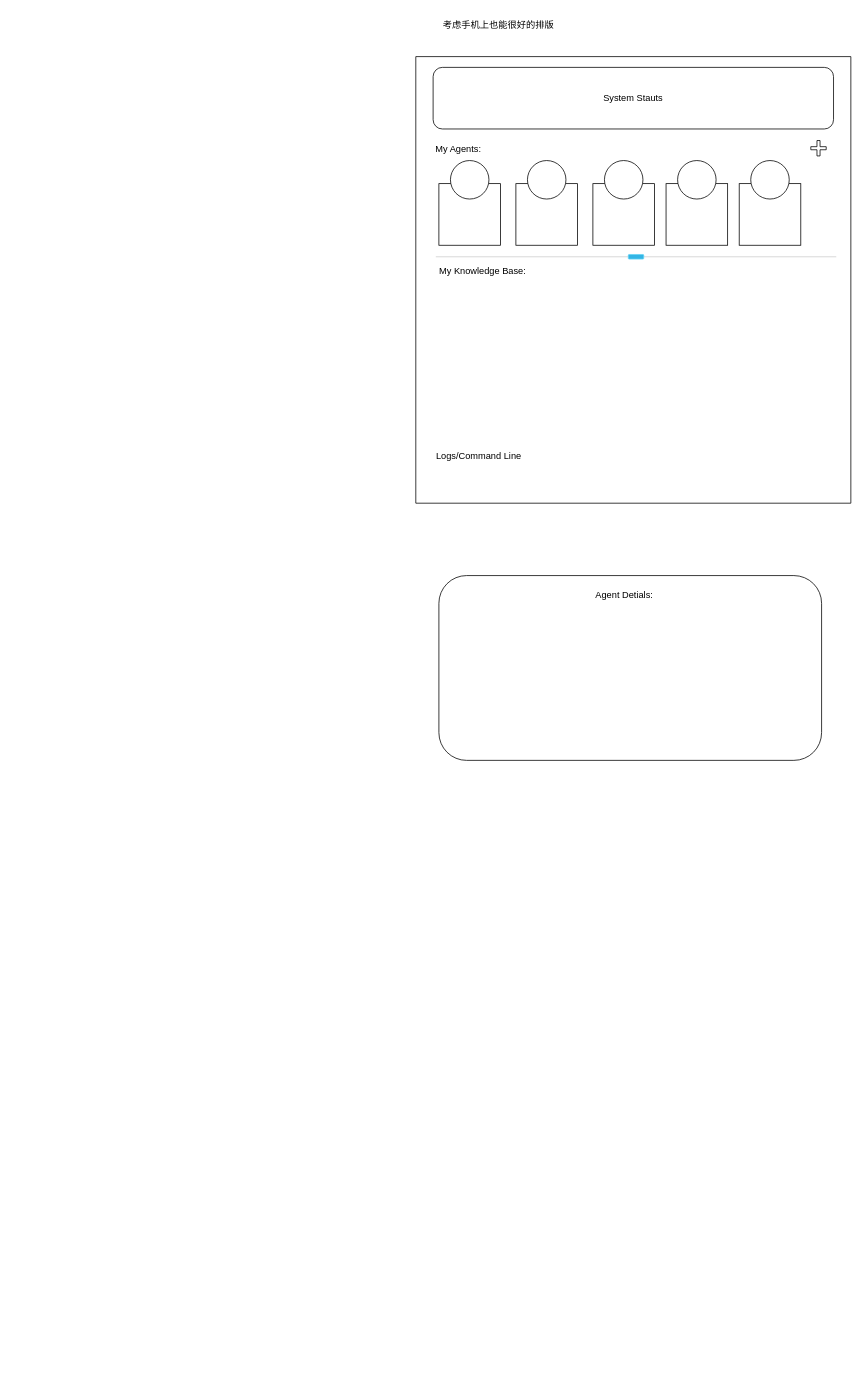
Before: page "MainPage" (4 of 9) of doc/webui.drawio in fiatrete/OpenDAN-Personal-AI-OS, a draw.io diagram. Source tidied: cells renumbered, new cells numbered last; positions are measured from the earlier drawing's top-left corner, leaving out a move shared by most shapes. Both pictures are drawn from the tidied source at 77%, with x=0, y=0 at pixel (416, 13).
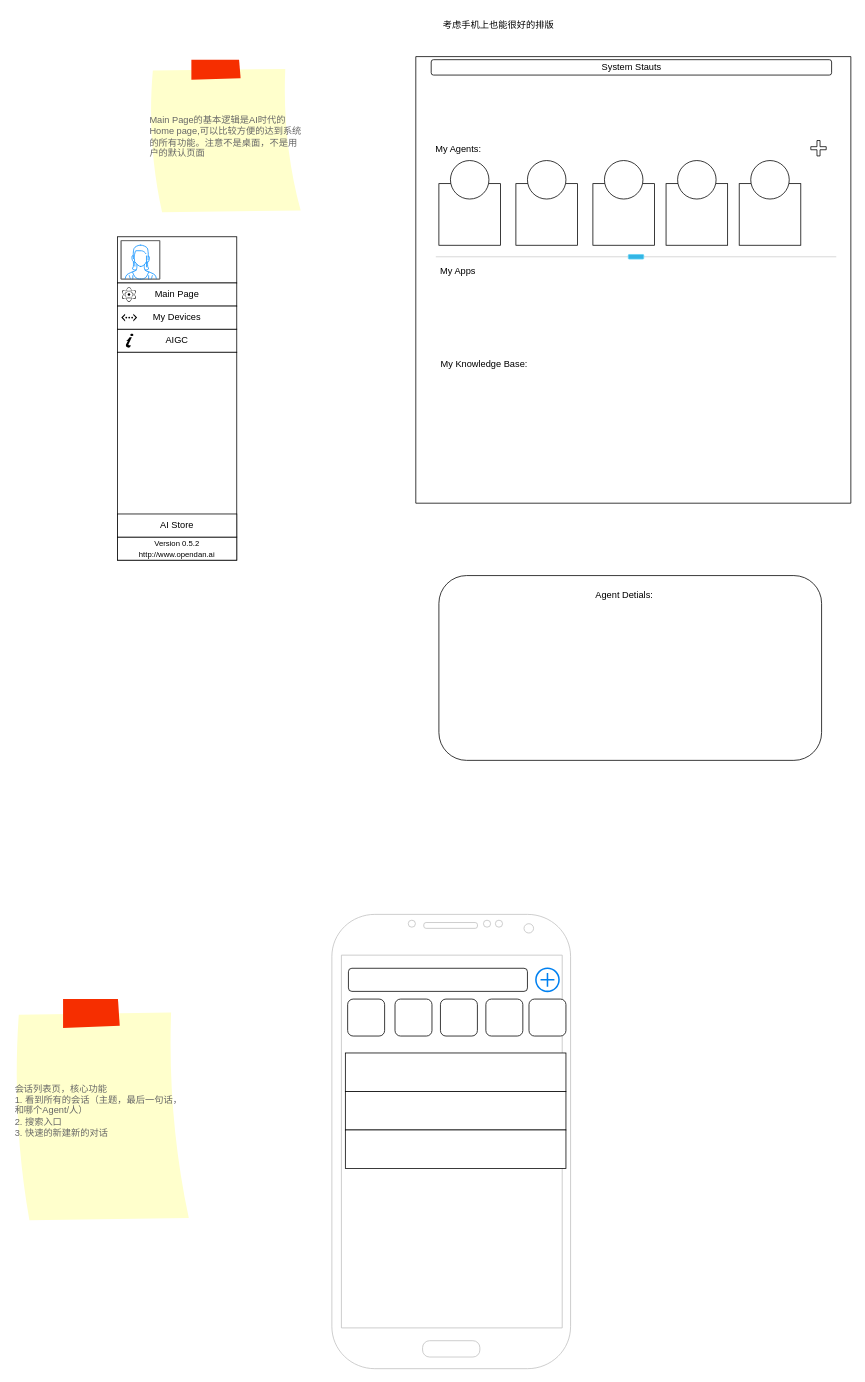
The same diagram, later.

What changed in the source:
```diff
@@
     <mxCell id="16" value="System Stauts" style="rounded=1;whiteSpace=wrap;html=1;" parent="1" vertex="1">
-      <mxGeometry x="22" y="70" width="520" height="80" as="geometry" />
+      <mxGeometry x="19.5" y="60" width="520" height="20" as="geometry" />
     </mxCell>
@@
     <mxCell id="19" value="My Knowledge Base:" style="text;html=1;strokeColor=none;fillColor=none;align=center;verticalAlign=middle;whiteSpace=wrap;rounded=0;" parent="1" vertex="1">
-      <mxGeometry x="19.5" y="320" width="132.5" height="30" as="geometry" />
+      <mxGeometry x="22" y="440" width="132.5" height="30" as="geometry" />
     </mxCell>
-    <mxCell id="20" value="Logs/Command Line" style="text;html=1;strokeColor=none;fillColor=none;align=center;verticalAlign=middle;whiteSpace=wrap;rounded=0;" parent="1" vertex="1">
-      <mxGeometry x="19.5" y="560" width="122.5" height="30" as="geometry" />
-    </mxCell>
@@
+    <mxCell id="22" value="Main Page的基本逻辑是AI时代的Home page,可以比较方便的达到系统的所有功能。注意不是桌面，不是用户的默认页面" style="strokeWidth=1;shadow=0;dashed=0;align=left;html=1;shape=mxgraph.mockup.text.stickyNote2;fontColor=#666666;mainText=;fontSize=12;whiteSpace=wrap;fillColor=#ffffcc;strokeColor=#F62E00;" parent="1" vertex="1">
+      <mxGeometry x="-348" y="60" width="200" height="200" as="geometry" />
+    </mxCell>
+    <mxCell id="23" value="My Apps" style="text;html=1;strokeColor=none;fillColor=none;align=center;verticalAlign=middle;whiteSpace=wrap;rounded=0;" parent="1" vertex="1">
+      <mxGeometry x="-11.8" y="320" width="132.5" height="30" as="geometry" />
+    </mxCell>
+    <mxCell id="24" style="rounded=0;whiteSpace=wrap;html=1;" parent="1" vertex="1">
+      <mxGeometry x="-388" y="290" width="155" height="60" as="geometry" />
+    </mxCell>
+    <mxCell id="25" style="verticalLabelPosition=bottom;shadow=0;dashed=0;align=center;html=1;verticalAlign=top;strokeWidth=1;shape=mxgraph.mockup.containers.userFemale;strokeColor=#666666;strokeColor2=#008cff;" parent="1" vertex="1">
+      <mxGeometry x="-383" y="295" width="50" height="50" as="geometry" />
+    </mxCell>
+    <mxCell id="26" value="Main Page" style="rounded=0;whiteSpace=wrap;html=1;" parent="1" vertex="1">
+      <mxGeometry x="-388" y="350" width="155" height="30" as="geometry" />
+    </mxCell>
+    <mxCell id="27" value="AIGC" style="rounded=0;whiteSpace=wrap;html=1;" parent="1" vertex="1">
+      <mxGeometry x="-388" y="410" width="155" height="30" as="geometry" />
+    </mxCell>
+    <mxCell id="28" value="My Devices" style="rounded=0;whiteSpace=wrap;html=1;" parent="1" vertex="1">
+      <mxGeometry x="-388" y="380" width="155" height="30" as="geometry" />
+    </mxCell>
+    <mxCell id="29" style="rounded=0;whiteSpace=wrap;html=1;" parent="1" vertex="1">
+      <mxGeometry x="-388" y="440" width="155" height="270" as="geometry" />
+    </mxCell>
+    <mxCell id="30" value="&lt;font style=&quot;font-size: 10px;&quot;&gt;Version 0.5.2&lt;br&gt;http://www.opendan.ai&lt;/font&gt;" style="rounded=0;whiteSpace=wrap;html=1;" parent="1" vertex="1">
+      <mxGeometry x="-388" y="680" width="155" height="30" as="geometry" />
+    </mxCell>
+    <mxCell id="31" style="shape=mxgraph.signs.science.nuclear_2;html=1;fillColor=#000000;strokeColor=none;verticalLabelPosition=bottom;verticalAlign=top;align=center;sketch=0;" parent="1" vertex="1">
+      <mxGeometry x="-383" y="355.5" width="20" height="19" as="geometry" />
+    </mxCell>
+    <mxCell id="32" style="shape=mxgraph.signs.tech.ethernet;html=1;fillColor=#000000;strokeColor=none;verticalLabelPosition=bottom;verticalAlign=top;align=center;sketch=0;" parent="1" vertex="1">
+      <mxGeometry x="-383" y="390" width="20.6" height="10" as="geometry" />
+    </mxCell>
+    <mxCell id="33" style="shape=mxgraph.signs.travel.information_2;html=1;fillColor=#000000;strokeColor=none;verticalLabelPosition=bottom;verticalAlign=top;align=center;sketch=0;" parent="1" vertex="1">
+      <mxGeometry x="-378.1" y="416" width="10.8" height="18" as="geometry" />
+    </mxCell>
+    <mxCell id="34" value="AI Store" style="rounded=0;whiteSpace=wrap;html=1;" parent="1" vertex="1">
+      <mxGeometry x="-388" y="650" width="155" height="30" as="geometry" />
+    </mxCell>
+    <mxCell id="35" style="verticalLabelPosition=bottom;verticalAlign=top;html=1;shadow=0;dashed=0;strokeWidth=1;shape=mxgraph.android.phone2;strokeColor=#c0c0c0;" parent="1" vertex="1">
+      <mxGeometry x="-109.5" y="1170" width="310" height="590" as="geometry" />
+    </mxCell>
+    <mxCell id="36" style="rounded=0;whiteSpace=wrap;html=1;shadow=0;dashed=0;strokeColor=#000000;strokeWidth=1;align=center;verticalAlign=middle;fontFamily=Helvetica;fontSize=12;fontColor=default;fillColor=default;" parent="1" vertex="1">
+      <mxGeometry x="-92" y="1350" width="286.5" height="50" as="geometry" />
+    </mxCell>
+    <mxCell id="37" style="rounded=1;whiteSpace=wrap;html=1;shadow=0;dashed=0;strokeColor=#000000;strokeWidth=1;align=center;verticalAlign=middle;fontFamily=Helvetica;fontSize=12;fontColor=default;fillColor=default;" parent="1" vertex="1">
+      <mxGeometry x="-89" y="1280" width="48" height="48" as="geometry" />
+    </mxCell>
+    <mxCell id="38" style="rounded=1;whiteSpace=wrap;html=1;shadow=0;dashed=0;strokeColor=#000000;strokeWidth=1;align=center;verticalAlign=middle;fontFamily=Helvetica;fontSize=12;fontColor=default;fillColor=default;" parent="1" vertex="1">
+      <mxGeometry x="-27.5" y="1280" width="48" height="48" as="geometry" />
+    </mxCell>
+    <mxCell id="39" style="rounded=1;whiteSpace=wrap;html=1;shadow=0;dashed=0;strokeColor=#000000;strokeWidth=1;align=center;verticalAlign=middle;fontFamily=Helvetica;fontSize=12;fontColor=default;fillColor=default;" parent="1" vertex="1">
+      <mxGeometry x="31.5" y="1280" width="48" height="48" as="geometry" />
+    </mxCell>
+    <mxCell id="40" style="rounded=1;whiteSpace=wrap;html=1;shadow=0;dashed=0;strokeColor=#000000;strokeWidth=1;align=center;verticalAlign=middle;fontFamily=Helvetica;fontSize=12;fontColor=default;fillColor=default;" parent="1" vertex="1">
+      <mxGeometry x="90.5" y="1280" width="48" height="48" as="geometry" />
+    </mxCell>
+    <mxCell id="41" style="rounded=1;whiteSpace=wrap;html=1;shadow=0;dashed=0;strokeColor=#000000;strokeWidth=1;align=center;verticalAlign=middle;fontFamily=Helvetica;fontSize=12;fontColor=default;fillColor=default;" parent="1" vertex="1">
+      <mxGeometry x="146.5" y="1280" width="48" height="48" as="geometry" />
+    </mxCell>
+    <mxCell id="42" style="rounded=0;whiteSpace=wrap;html=1;shadow=0;dashed=0;strokeColor=#000000;strokeWidth=1;align=center;verticalAlign=middle;fontFamily=Helvetica;fontSize=12;fontColor=default;fillColor=default;" parent="1" vertex="1">
+      <mxGeometry x="-92" y="1400" width="286.5" height="50" as="geometry" />
+    </mxCell>
+    <mxCell id="43" style="rounded=0;whiteSpace=wrap;html=1;shadow=0;dashed=0;strokeColor=#000000;strokeWidth=1;align=center;verticalAlign=middle;fontFamily=Helvetica;fontSize=12;fontColor=default;fillColor=default;" parent="1" vertex="1">
+      <mxGeometry x="-92" y="1450" width="286.5" height="50" as="geometry" />
+    </mxCell>
+    <mxCell id="44" style="rounded=1;whiteSpace=wrap;html=1;shadow=0;dashed=0;strokeColor=#000000;strokeWidth=1;align=center;verticalAlign=middle;fontFamily=Helvetica;fontSize=12;fontColor=default;fillColor=default;" parent="1" vertex="1">
+      <mxGeometry x="-88" y="1240" width="232.5" height="30" as="geometry" />
+    </mxCell>
+    <mxCell id="45" style="html=1;verticalLabelPosition=bottom;align=center;labelBackgroundColor=#ffffff;verticalAlign=top;strokeWidth=2;strokeColor=#0080F0;shadow=0;dashed=0;shape=mxgraph.ios7.icons.add;fontFamily=Helvetica;fontSize=12;fontColor=default;fillColor=default;" parent="1" vertex="1">
+      <mxGeometry x="155.5" y="1240" width="30" height="30" as="geometry" />
+    </mxCell>
+    <mxCell id="46" value="会话列表页，核心功能&lt;br&gt;1. 看到所有的会话（主题，最后一句话，和哪个Agent/人）&lt;br&gt;2. 搜索入口&lt;br&gt;3. 快速的新建新的对话" style="strokeWidth=1;shadow=0;dashed=0;align=left;html=1;shape=mxgraph.mockup.text.stickyNote2;fontColor=#666666;mainText=;fontSize=12;whiteSpace=wrap;fillColor=#ffffcc;strokeColor=#F62E00;" parent="1" vertex="1">
+      <mxGeometry x="-523" y="1280" width="230" height="290" as="geometry" />
+    </mxCell>
```
